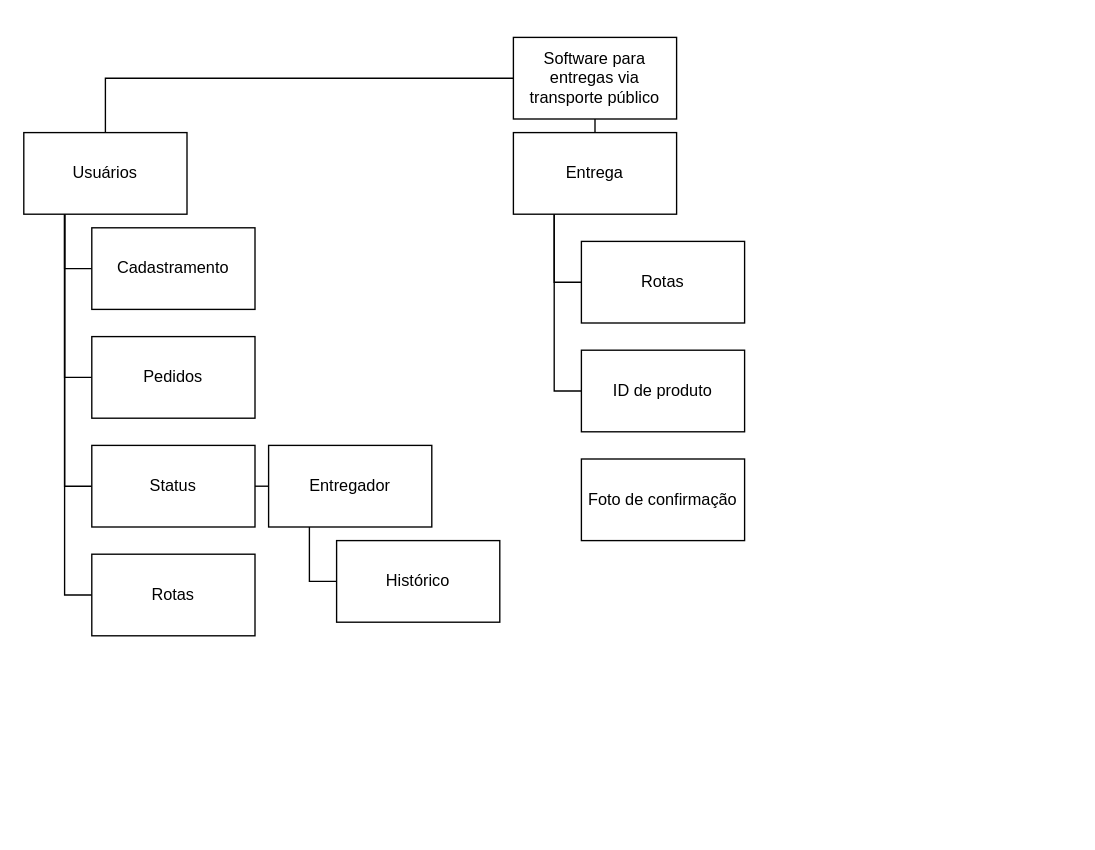
This is EAP.drawio from bruniculos08/SOFT003, a draw.io file, before an edit. Source tidied: cells renumbered, new cells numbered last; positions are measured from the earlier drawing's top-left corner, leaving out a move shared by most shapes. Both pictures are drawn from the tidied source at 136%, with x=0, y=0 at pixel (23, 37).
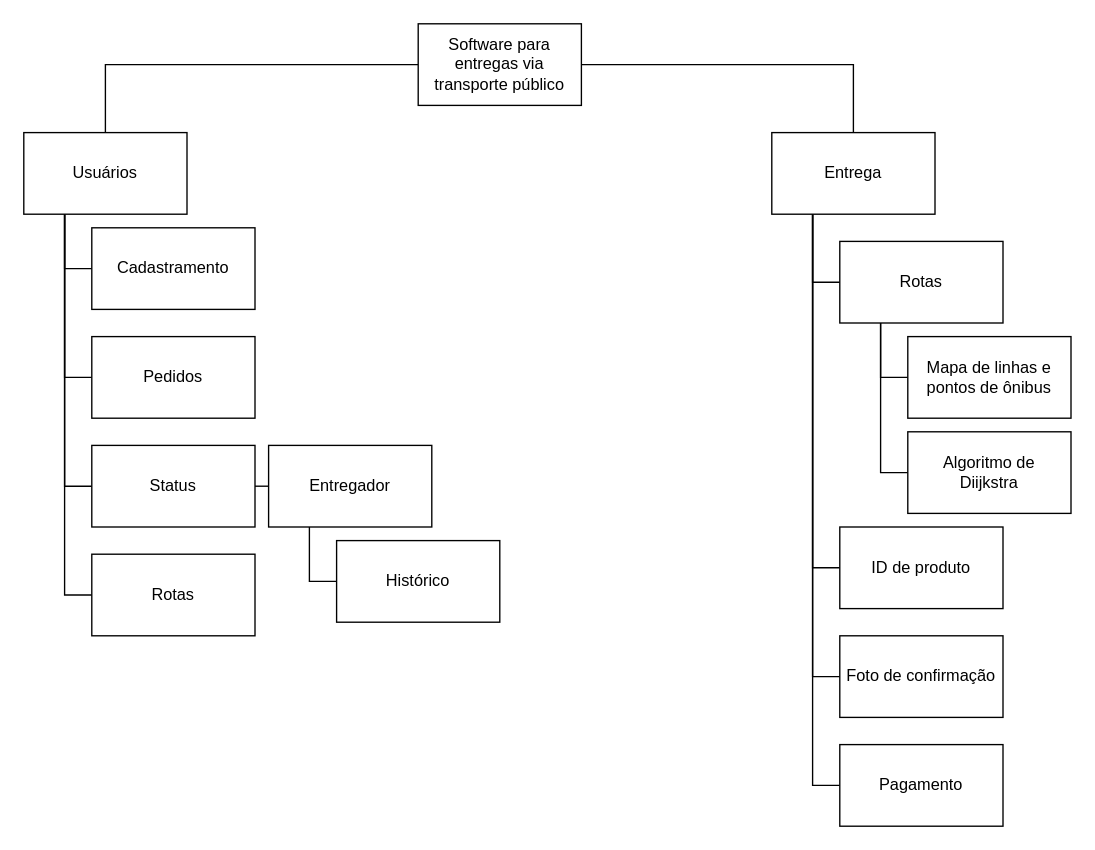
The same page after the edit.

Diff of the diagram source:
```diff
@@
-    <mxCell id="3" style="edgeStyle=orthogonalEdgeStyle;rounded=0;jettySize=auto;html=1;exitX=0.5;exitY=1;exitDx=0;exitDy=0;entryX=0.5;entryY=0;entryDx=0;entryDy=0;endArrow=none;endFill=0;" parent="1" edge="1" source="4" target="18">
+    <mxCell id="3" style="edgeStyle=orthogonalEdgeStyle;rounded=0;jettySize=auto;html=1;exitX=1;exitY=0.5;exitDx=0;exitDy=0;entryX=0.5;entryY=0;entryDx=0;entryDy=0;endArrow=none;endFill=0;" parent="1" edge="1" source="4" target="18">
       <mxGeometry relative="1" as="geometry" />
     </mxCell>
     <mxCell id="4" value="Software para&lt;br&gt;entregas via&lt;br&gt;transporte público" style="rounded=0;whiteSpace=wrap;html=1;" parent="1" vertex="1">
-      <mxGeometry x="360" width="120" height="60" as="geometry" />
+      <mxGeometry x="290" y="-10" width="120" height="60" as="geometry" />
     </mxCell>
@@
+    <mxCell id="24" style="edgeStyle=orthogonalEdgeStyle;rounded=0;jettySize=auto;html=1;exitX=0.25;exitY=1;exitDx=0;exitDy=0;entryX=0;entryY=0.5;entryDx=0;entryDy=0;endArrow=none;endFill=0;" parent="1" edge="1" source="18" target="23">
+      <mxGeometry relative="1" as="geometry" />
+    </mxCell>
+    <mxCell id="25" style="edgeStyle=orthogonalEdgeStyle;rounded=0;jettySize=auto;html=1;exitX=0.25;exitY=1;exitDx=0;exitDy=0;entryX=0;entryY=0.5;entryDx=0;entryDy=0;endArrow=none;endFill=0;" parent="1" edge="1" source="18" target="28">
+      <mxGeometry relative="1" as="geometry" />
+    </mxCell>
     <mxCell id="18" value="Entrega" style="rounded=0;whiteSpace=wrap;html=1;" parent="1" vertex="1">
-      <mxGeometry x="360" y="70" width="120" height="60" as="geometry" />
+      <mxGeometry x="550" y="70" width="120" height="60" as="geometry" />
     </mxCell>
@@
+    <mxCell id="26" style="edgeStyle=orthogonalEdgeStyle;rounded=0;jettySize=auto;html=1;exitX=0.25;exitY=1;exitDx=0;exitDy=0;entryX=0;entryY=0.5;entryDx=0;entryDy=0;endArrow=none;endFill=0;" parent="1" edge="1" source="20" target="29">
+      <mxGeometry relative="1" as="geometry" />
+    </mxCell>
+    <mxCell id="27" style="edgeStyle=orthogonalEdgeStyle;rounded=0;jettySize=auto;html=1;exitX=0.25;exitY=1;exitDx=0;exitDy=0;entryX=0;entryY=0.5;entryDx=0;entryDy=0;endArrow=none;endFill=0;" parent="1" edge="1" source="20" target="30">
+      <mxGeometry relative="1" as="geometry" />
+    </mxCell>
     <mxCell id="20" value="Rotas" style="rounded=0;whiteSpace=wrap;html=1;" parent="1" vertex="1">
-      <mxGeometry x="410" y="150" width="120" height="60" as="geometry" />
+      <mxGeometry x="600" y="150" width="120" height="60" as="geometry" />
     </mxCell>
@@
     <mxCell id="22" value="ID de produto" style="rounded=0;whiteSpace=wrap;html=1;" parent="1" vertex="1">
-      <mxGeometry x="410" y="230" width="120" height="60" as="geometry" />
+      <mxGeometry x="600" y="360" width="120" height="60" as="geometry" />
     </mxCell>
     <mxCell id="23" value="Foto de confirmação" style="rounded=0;whiteSpace=wrap;html=1;" parent="1" vertex="1">
-      <mxGeometry x="410" y="310" width="120" height="60" as="geometry" />
+      <mxGeometry x="600" y="440" width="120" height="60" as="geometry" />
     </mxCell>
+    <mxCell id="28" value="Pagamento" style="rounded=0;whiteSpace=wrap;html=1;" parent="1" vertex="1">
+      <mxGeometry x="600" y="520" width="120" height="60" as="geometry" />
+    </mxCell>
+    <mxCell id="29" value="Mapa de linhas e pontos de ônibus" style="rounded=0;whiteSpace=wrap;html=1;" parent="1" vertex="1">
+      <mxGeometry x="650" y="220" width="120" height="60" as="geometry" />
+    </mxCell>
+    <mxCell id="30" value="Algoritmo de &lt;br&gt;Diijkstra" style="rounded=0;whiteSpace=wrap;html=1;" parent="1" vertex="1">
+      <mxGeometry x="650" y="290" width="120" height="60" as="geometry" />
+    </mxCell>
```
